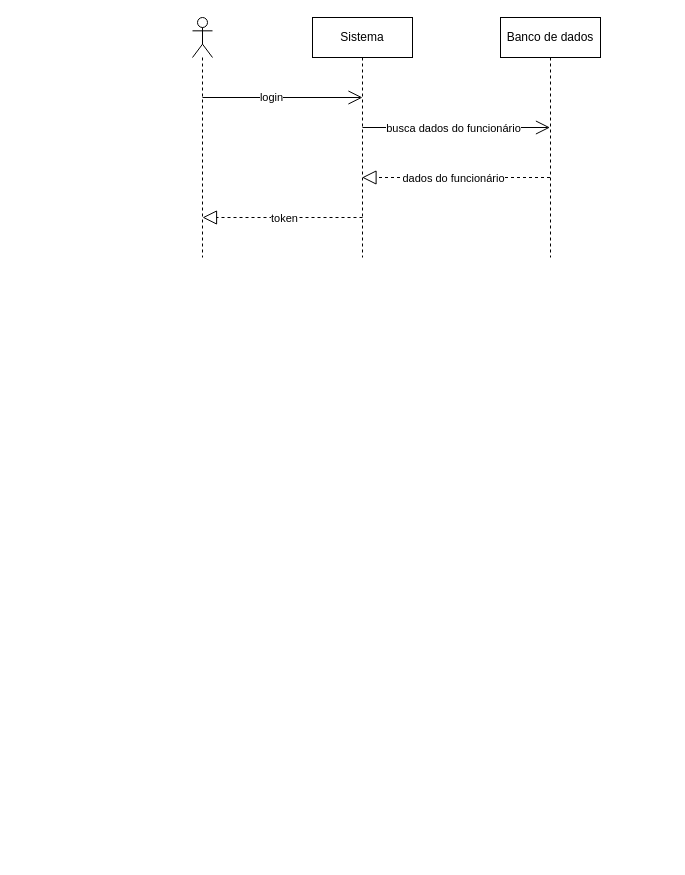
The draw.io diagram page "Login" (1 of 2) of diagramas/sequencias.drawio in Marco-Veio/sistema-de-gestao-escolar-modelagem, before the edit. Source tidied: cells renumbered, new cells numbered last; positions are measured from the earlier drawing's top-left corner, leaving out a move shared by most shapes. Both pictures are drawn from the tidied source at 100%, with x=0, y=0 at pixel (192, 17).
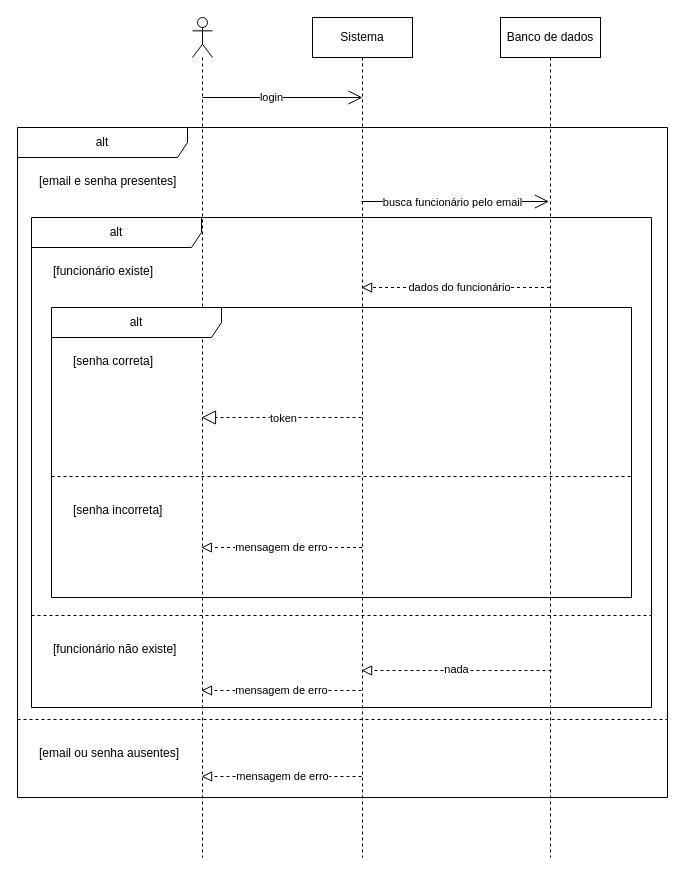
Above is the later version.

Commit message:
diagrama de sequencia de login com alternativas

Change to the diagram source:
```diff
@@
     <mxCell id="2" style="shape=umlLifeline;perimeter=lifelinePerimeter;whiteSpace=wrap;html=1;newEdgeStyle={&quot;curved&quot;:0,&quot;rounded&quot;:0};participant=umlActor;" parent="1" vertex="1">
-      <mxGeometry width="20" height="240" as="geometry" />
+      <mxGeometry width="20" height="840" as="geometry" />
     </mxCell>
     <mxCell id="3" value="Sistema" style="shape=umlLifeline;perimeter=lifelinePerimeter;whiteSpace=wrap;html=1;newEdgeStyle={&quot;curved&quot;:0,&quot;rounded&quot;:0};" parent="1" vertex="1">
-      <mxGeometry x="120" width="100" height="240" as="geometry" />
+      <mxGeometry x="120" width="100" height="840" as="geometry" />
     </mxCell>
     <mxCell id="4" value="Banco de dados" style="shape=umlLifeline;perimeter=lifelinePerimeter;whiteSpace=wrap;html=1;outlineConnect=0;portConstraint=eastwest;newEdgeStyle={&quot;curved&quot;:0,&quot;rounded&quot;:0};" parent="1" vertex="1">
-      <mxGeometry x="308" width="100" height="240" as="geometry" />
+      <mxGeometry x="308" width="100" height="840" as="geometry" />
     </mxCell>
@@
+    <mxCell id="13" value="alt" style="shape=umlFrame;whiteSpace=wrap;html=1;width=170;" parent="1" vertex="1">
+      <mxGeometry x="-175" y="110" width="650" height="670" as="geometry" />
+    </mxCell>
+    <mxCell id="14" value="[email e senha presentes]" style="text;html=1;" parent="13" vertex="1">
+      <mxGeometry width="100" height="20" relative="1" as="geometry">
+        <mxPoint x="20" y="40" as="offset" />
+      </mxGeometry>
+    </mxCell>
+    <mxCell id="15" value="[email ou senha ausentes]" style="line;strokeWidth=1;dashed=1;labelPosition=center;verticalLabelPosition=bottom;align=left;verticalAlign=top;spacingLeft=20;spacingTop=15;html=1;whiteSpace=wrap;" parent="13" vertex="1">
+      <mxGeometry y="587" width="650" height="10" as="geometry" />
+    </mxCell>
+    <mxCell id="16" style="endArrow=block;startArrow=none;endFill=0;startFill=0;endSize=8;html=1;verticalAlign=bottom;dashed=1;labelBackgroundColor=none;" parent="13" edge="1">
+      <mxGeometry relative="1" as="geometry">
+        <mxPoint x="344" y="649" as="sourcePoint" />
+        <mxPoint x="184.1" y="649" as="targetPoint" />
+      </mxGeometry>
+    </mxCell>
+    <mxCell id="17" value="mensagem de erro" style="edgeLabel;html=1;align=center;verticalAlign=middle;" parent="16" vertex="1">
+      <mxGeometry x="0.25" relative="1" as="geometry">
+        <mxPoint x="20" y="-1" as="offset" />
+      </mxGeometry>
+    </mxCell>
-    <mxCell id="7" style="endArrow=open;endFill=1;endSize=12;html=1;" parent="1" edge="1" target="4">
+    <mxCell id="7" style="endArrow=open;endFill=1;endSize=12;html=1;" parent="13" edge="1">
       <mxGeometry relative="1" as="geometry">
-        <mxPoint x="170" y="110" as="sourcePoint" />
+        <mxPoint x="344" y="74" as="sourcePoint" />
+        <mxPoint x="531.5" y="74" as="targetPoint" />
       </mxGeometry>
     </mxCell>
-    <mxCell id="8" value="busca dados do funcionário" style="edgeLabel;html=1;align=center;verticalAlign=middle;" parent="7" vertex="1">
+    <mxCell id="8" value="busca funcionário pelo email" style="edgeLabel;html=1;align=center;verticalAlign=middle;" parent="7" vertex="1">
       <mxGeometry x="-0.32" y="3" relative="1" as="geometry">
         <mxPoint x="26" y="3" as="offset" />
       </mxGeometry>
     </mxCell>
-    <mxCell id="9" style="endArrow=block;dashed=1;endFill=0;endSize=12;html=1;" parent="1" edge="1">
-      <mxGeometry relative="1" as="geometry">
-        <mxPoint x="357.5" y="160" as="sourcePoint" />
-        <mxPoint x="169.5" y="160" as="targetPoint" />
-      </mxGeometry>
-    </mxCell>
+    <mxCell id="18" value="alt" style="shape=umlFrame;whiteSpace=wrap;html=1;width=170;" parent="13" vertex="1">
+      <mxGeometry x="14" y="90" width="620" height="490" as="geometry" />
+    </mxCell>
+    <mxCell id="19" value="[funcionário existe]" style="text;html=1;" parent="18" vertex="1">
+      <mxGeometry width="100" height="20" relative="1" as="geometry">
+        <mxPoint x="20" y="40" as="offset" />
+      </mxGeometry>
+    </mxCell>
+    <mxCell id="20" value="[funcionário não existe]" style="line;strokeWidth=1;dashed=1;labelPosition=center;verticalLabelPosition=bottom;align=left;verticalAlign=top;spacingLeft=20;spacingTop=15;html=1;whiteSpace=wrap;" parent="18" vertex="1">
+      <mxGeometry y="393" width="620" height="10" as="geometry" />
+    </mxCell>
+    <mxCell id="21" style="endArrow=block;startArrow=none;endFill=0;startFill=0;endSize=8;html=1;verticalAlign=bottom;dashed=1;labelBackgroundColor=none;" parent="18" edge="1">
+      <mxGeometry relative="1" as="geometry">
+        <mxPoint x="520" y="453" as="sourcePoint" />
+        <mxPoint x="330.1" y="453" as="targetPoint" />
+      </mxGeometry>
+    </mxCell>
+    <mxCell id="22" value="nada" style="edgeLabel;html=1;align=center;verticalAlign=middle;" parent="21" vertex="1">
+      <mxGeometry x="0.28" y="-2" relative="1" as="geometry">
+        <mxPoint x="26" as="offset" />
+      </mxGeometry>
+    </mxCell>
+    <mxCell id="23" style="endArrow=block;startArrow=none;endFill=0;startFill=0;endSize=8;html=1;verticalAlign=bottom;dashed=1;labelBackgroundColor=none;" parent="18" edge="1">
+      <mxGeometry relative="1" as="geometry">
+        <mxPoint x="329.9" y="473" as="sourcePoint" />
+        <mxPoint x="170" y="473" as="targetPoint" />
+      </mxGeometry>
+    </mxCell>
+    <mxCell id="24" value="mensagem de erro" style="edgeLabel;html=1;align=center;verticalAlign=middle;" parent="23" vertex="1">
+      <mxGeometry x="0.25" relative="1" as="geometry">
+        <mxPoint x="20" y="-1" as="offset" />
+      </mxGeometry>
+    </mxCell>
+    <mxCell id="25" style="endArrow=block;startArrow=none;endFill=0;startFill=0;endSize=8;html=1;verticalAlign=bottom;dashed=1;labelBackgroundColor=none;" parent="18" edge="1">
+      <mxGeometry relative="1" as="geometry">
+        <mxPoint x="518.5" y="70" as="sourcePoint" />
+        <mxPoint x="330.1" y="70" as="targetPoint" />
+      </mxGeometry>
+    </mxCell>
-    <mxCell id="10" value="dados do funcionário" style="edgeLabel;html=1;align=center;verticalAlign=middle;" parent="9" vertex="1">
-      <mxGeometry x="0.29" relative="1" as="geometry">
-        <mxPoint x="24" as="offset" />
+    <mxCell id="10" value="dados do funcionário" style="edgeLabel;html=1;align=center;verticalAlign=middle;" parent="25" vertex="1">
+      <mxGeometry x="0.13" y="-1" relative="1" as="geometry">
+        <mxPoint x="15" as="offset" />
       </mxGeometry>
     </mxCell>
+    <mxCell id="26" value="alt" style="shape=umlFrame;whiteSpace=wrap;html=1;width=170;" parent="18" vertex="1">
+      <mxGeometry x="20" y="90" width="580" height="290" as="geometry" />
+    </mxCell>
+    <mxCell id="27" value="[senha correta]" style="text;html=1;" parent="26" vertex="1">
+      <mxGeometry width="100" height="20" relative="1" as="geometry">
+        <mxPoint x="20" y="40" as="offset" />
+      </mxGeometry>
+    </mxCell>
+    <mxCell id="28" value="[senha incorreta]" style="line;strokeWidth=1;dashed=1;labelPosition=center;verticalLabelPosition=bottom;align=left;verticalAlign=top;spacingLeft=20;spacingTop=15;html=1;whiteSpace=wrap;" parent="26" vertex="1">
+      <mxGeometry y="164" width="580" height="10" as="geometry" />
+    </mxCell>
+    <mxCell id="29" style="endArrow=block;startArrow=none;endFill=0;startFill=0;endSize=8;html=1;verticalAlign=bottom;dashed=1;labelBackgroundColor=none;" parent="26" edge="1">
+      <mxGeometry relative="1" as="geometry">
+        <mxPoint x="310.5" y="240" as="sourcePoint" />
+        <mxPoint x="149.8" y="240" as="targetPoint" />
+      </mxGeometry>
+    </mxCell>
+    <mxCell id="30" value="mensagem de erro" style="edgeLabel;html=1;align=center;verticalAlign=middle;" parent="29" vertex="1">
+      <mxGeometry x="0.23" y="-1" relative="1" as="geometry">
+        <mxPoint x="18" as="offset" />
+      </mxGeometry>
+    </mxCell>
-    <mxCell id="11" style="endArrow=block;dashed=1;endFill=0;endSize=12;html=1;" parent="1" edge="1">
+    <mxCell id="11" style="endArrow=block;dashed=1;endFill=0;endSize=12;html=1;" parent="26" edge="1">
       <mxGeometry relative="1" as="geometry">
-        <mxPoint x="170" y="200" as="sourcePoint" />
-        <mxPoint x="10" y="200" as="targetPoint" />
+        <mxPoint x="310" y="110" as="sourcePoint" />
+        <mxPoint x="150" y="110" as="targetPoint" />
       </mxGeometry>
     </mxCell>
```
